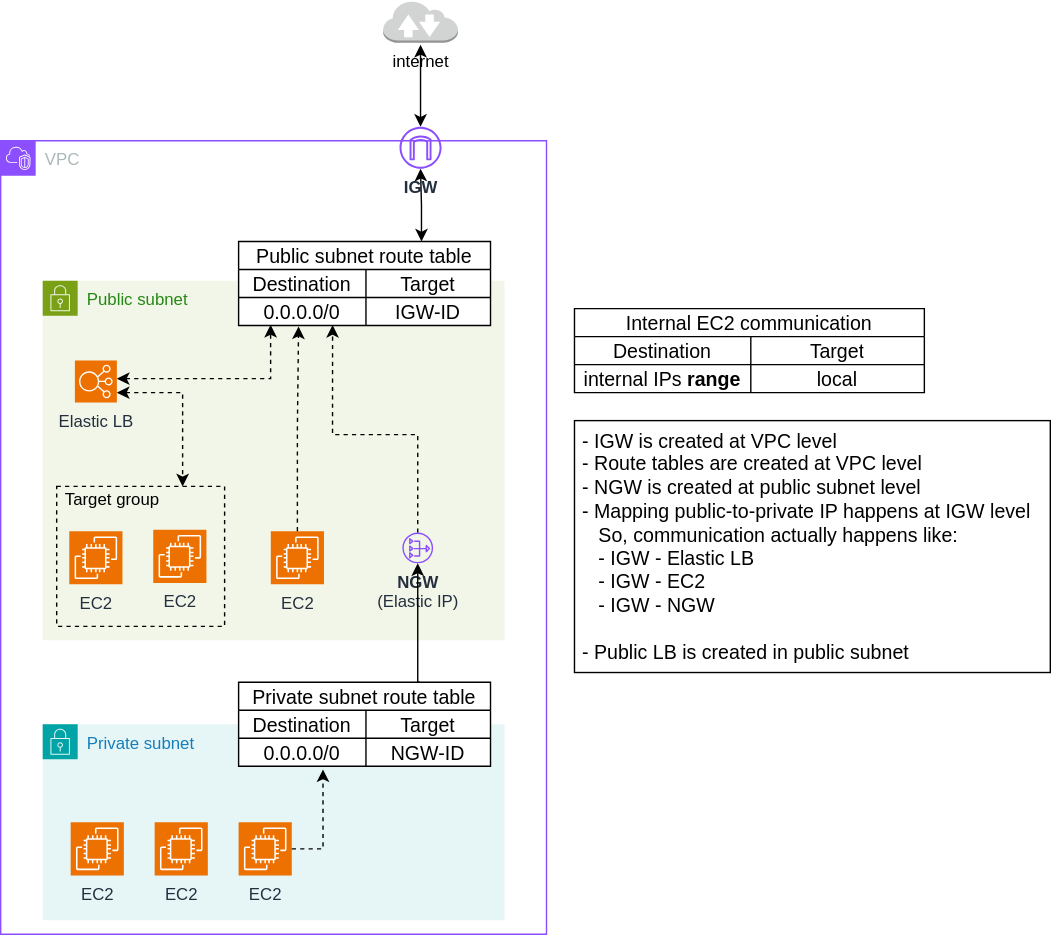
vikchupak/AWS keeps this draw.io diagram as network/diagrams/networkSetupWithLB.drawio.svg. Above is the earlier version. Source tidied: cells renumbered, new cells last; positions are measured from the earlier drawing's top-left corner, leaving out a move shared by most shapes.
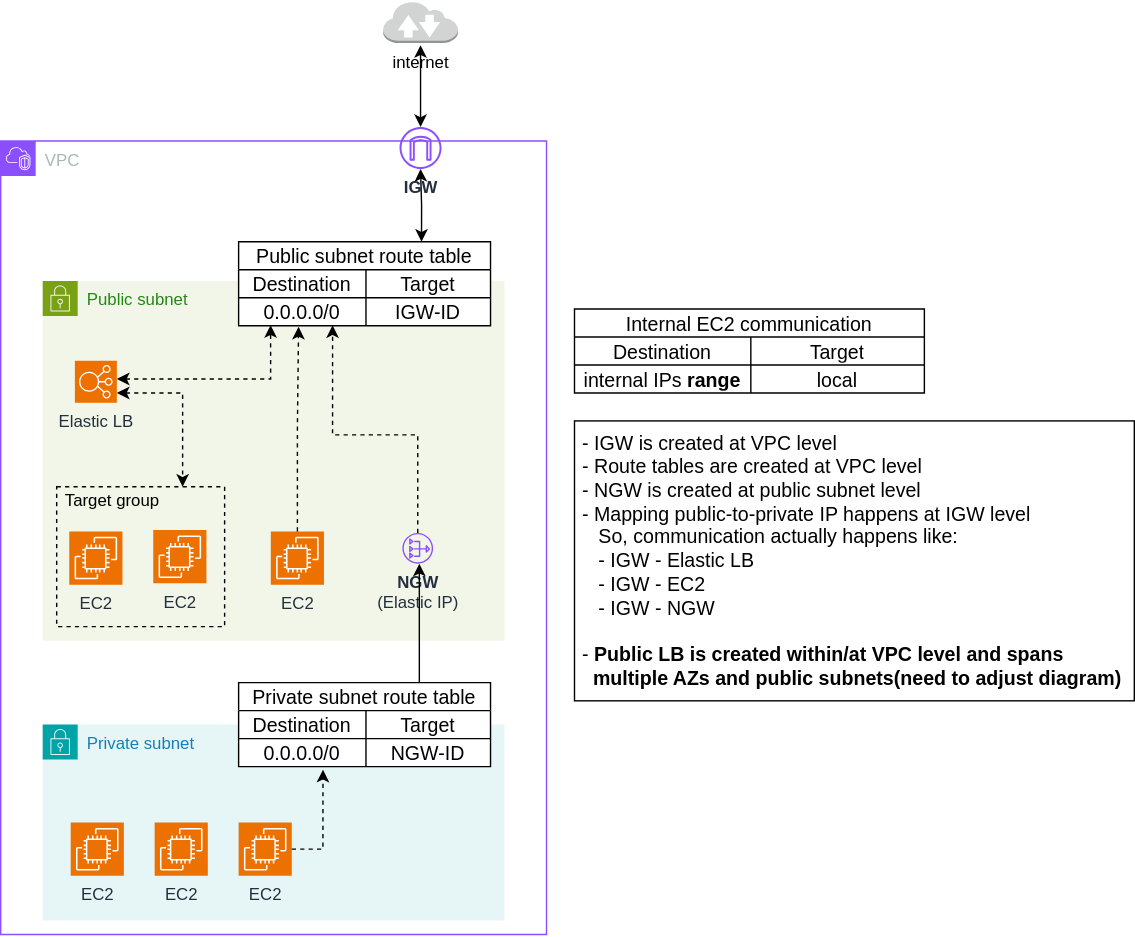
The same diagram one commit later.

The edit, as a diff of the source:
```diff
@@ -31,8 +31,8 @@
     <mxCell id="10" value="local" style="shape=partialRectangle;html=1;whiteSpace=wrap;strokeColor=inherit;overflow=hidden;fillColor=none;top=0;left=0;bottom=0;right=0;fontSize=14;swimlaneFillColor=default;" parent="8" vertex="1">
       <mxGeometry x="126" width="124" height="20" as="geometry" />
     </mxCell>
-    <mxCell id="11" value="&lt;font style=&quot;font-size: 14px; background-color: light-dark(#ffffff, var(--ge-dark-color, #121212));&quot;&gt;&amp;nbsp;- IGW is created at VPC level&lt;/font&gt;&lt;div&gt;&lt;font style=&quot;font-size: 14px; background-color: light-dark(#ffffff, var(--ge-dark-color, #121212));&quot;&gt;&amp;nbsp;- Route tables are created at VPC level&lt;/font&gt;&lt;/div&gt;&lt;div&gt;&lt;span style=&quot;background-color: light-dark(#ffffff, var(--ge-dark-color, #121212));&quot;&gt;&lt;font style=&quot;font-size: 14px;&quot;&gt;&amp;nbsp;- &lt;/font&gt;&lt;font style=&quot;font-size: 14px;&quot;&gt;&lt;font style=&quot;&quot;&gt;NGW is created at public subnet level&lt;br&gt;&amp;nbsp;- Mapping public-to-private IP happens at IGW level&lt;br&gt;&amp;nbsp; &amp;nbsp; So, communication actually happens like:&lt;/font&gt;&lt;/font&gt;&lt;/span&gt;&lt;/div&gt;&lt;div&gt;&lt;span style=&quot;background-color: light-dark(#ffffff, var(--ge-dark-color, #121212));&quot;&gt;&lt;font style=&quot;font-size: 14px;&quot;&gt;&lt;font style=&quot;&quot;&gt;&amp;nbsp; &amp;nbsp; - IGW - Elastic LB&lt;/font&gt;&lt;/font&gt;&lt;/span&gt;&lt;/div&gt;&lt;div&gt;&lt;span style=&quot;background-color: light-dark(#ffffff, var(--ge-dark-color, #121212));&quot;&gt;&lt;font style=&quot;font-size: 14px;&quot;&gt;&lt;font style=&quot;&quot;&gt;&amp;nbsp; &amp;nbsp; - IGW - EC2&lt;/font&gt;&lt;/font&gt;&lt;/span&gt;&lt;/div&gt;&lt;div&gt;&lt;span style=&quot;background-color: light-dark(#ffffff, var(--ge-dark-color, #121212));&quot;&gt;&lt;font style=&quot;font-size: 14px;&quot;&gt;&lt;font style=&quot;&quot;&gt;&amp;nbsp; &amp;nbsp; - IGW - NGW&lt;br&gt;&lt;br&gt;&amp;nbsp;- Public LB is created in public subnet&lt;/font&gt;&lt;/font&gt;&lt;/span&gt;&lt;/div&gt;" style="rounded=0;whiteSpace=wrap;html=1;align=left;" parent="1" vertex="1">
-      <mxGeometry x="410" y="300" width="340" height="180" as="geometry" />
+    <mxCell id="11" value="&lt;font style=&quot;font-size: 14px; background-color: light-dark(#ffffff, var(--ge-dark-color, #121212));&quot;&gt;&amp;nbsp;- IGW is created at VPC level&lt;/font&gt;&lt;div&gt;&lt;font style=&quot;font-size: 14px; background-color: light-dark(#ffffff, var(--ge-dark-color, #121212));&quot;&gt;&amp;nbsp;- Route tables are created at VPC level&lt;/font&gt;&lt;/div&gt;&lt;div&gt;&lt;span style=&quot;background-color: light-dark(#ffffff, var(--ge-dark-color, #121212));&quot;&gt;&lt;font style=&quot;font-size: 14px;&quot;&gt;&amp;nbsp;- &lt;/font&gt;&lt;font style=&quot;font-size: 14px;&quot;&gt;&lt;font style=&quot;&quot;&gt;NGW is created at public subnet level&lt;br&gt;&amp;nbsp;- Mapping public-to-private IP happens at IGW level&lt;br&gt;&amp;nbsp; &amp;nbsp; So, communication actually happens like:&lt;/font&gt;&lt;/font&gt;&lt;/span&gt;&lt;/div&gt;&lt;div&gt;&lt;span style=&quot;background-color: light-dark(#ffffff, var(--ge-dark-color, #121212));&quot;&gt;&lt;font style=&quot;font-size: 14px;&quot;&gt;&lt;font style=&quot;&quot;&gt;&amp;nbsp; &amp;nbsp; - IGW - Elastic LB&lt;/font&gt;&lt;/font&gt;&lt;/span&gt;&lt;/div&gt;&lt;div&gt;&lt;span style=&quot;background-color: light-dark(#ffffff, var(--ge-dark-color, #121212));&quot;&gt;&lt;font style=&quot;font-size: 14px;&quot;&gt;&lt;font style=&quot;&quot;&gt;&amp;nbsp; &amp;nbsp; - IGW - EC2&lt;/font&gt;&lt;/font&gt;&lt;/span&gt;&lt;/div&gt;&lt;div&gt;&lt;span style=&quot;background-color: light-dark(#ffffff, var(--ge-dark-color, #121212));&quot;&gt;&lt;font style=&quot;font-size: 14px;&quot;&gt;&lt;font style=&quot;&quot;&gt;&amp;nbsp; &amp;nbsp; - IGW - NGW&lt;br&gt;&lt;br&gt;&amp;nbsp;- &lt;b&gt;Public LB is created within/at VPC level and spans&lt;/b&gt;&lt;/font&gt;&lt;/font&gt;&lt;/span&gt;&lt;/div&gt;&lt;div&gt;&lt;span style=&quot;background-color: light-dark(#ffffff, var(--ge-dark-color, #121212));&quot;&gt;&lt;font style=&quot;font-size: 14px;&quot;&gt;&lt;font style=&quot;&quot;&gt;&lt;b&gt;&amp;nbsp; &amp;nbsp;multiple AZs and public subnets(need to adjust diagram)&lt;/b&gt;&lt;/font&gt;&lt;/font&gt;&lt;/span&gt;&lt;/div&gt;" style="rounded=0;whiteSpace=wrap;html=1;align=left;" parent="1" vertex="1">
+      <mxGeometry x="410" y="300" width="400" height="200" as="geometry" />
     </mxCell>
     <mxCell id="12" value="&lt;b&gt;IGW&lt;/b&gt;" style="sketch=0;outlineConnect=0;fontColor=#232F3E;gradientColor=none;fillColor=#8C4FFF;strokeColor=none;dashed=0;verticalLabelPosition=bottom;verticalAlign=top;align=center;html=1;fontSize=12;fontStyle=0;shape=mxgraph.aws4.internet_gateway;" parent="1" vertex="1">
       <mxGeometry x="285" y="90" width="30" height="30" as="geometry" />
```
